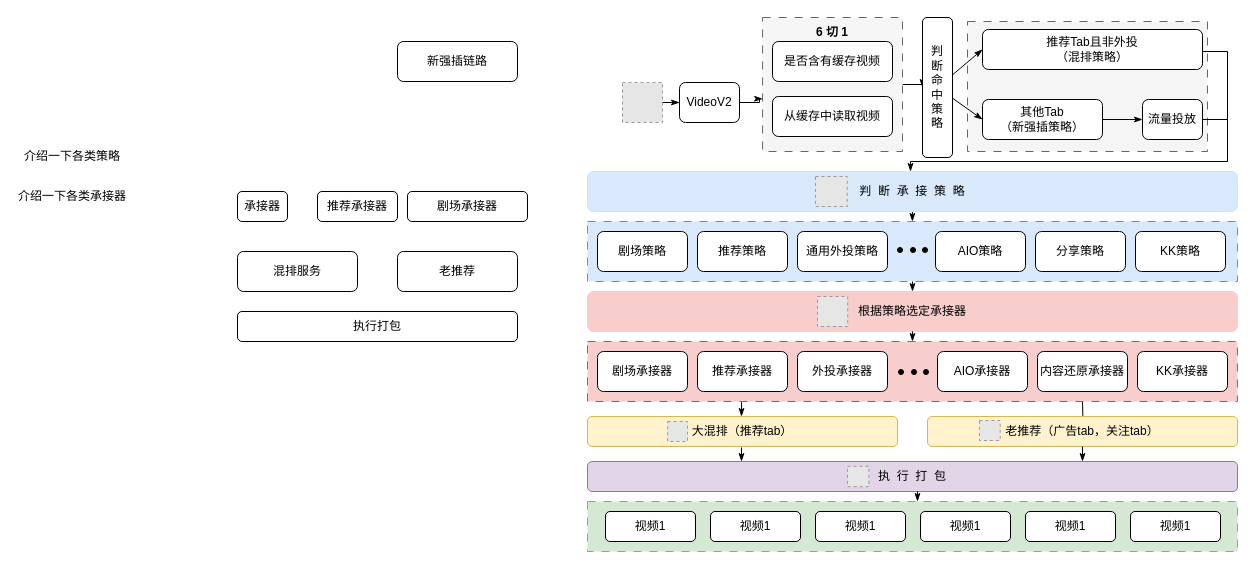
wuulaa/drawio keeps this draw.io diagram as page "第 1 页" (1 of 2) of projects.drawio. Above is the earlier version. Source tidied: cells renumbered, new cells numbered last; positions are measured from the earlier drawing's top-left corner, leaving out a move shared by most shapes. Both pictures are drawn from the tidied source at 100%, with x=0, y=0 at pixel (17, 17). Pictures stored in the file or linked from it are replaced by grey dashed boxes.
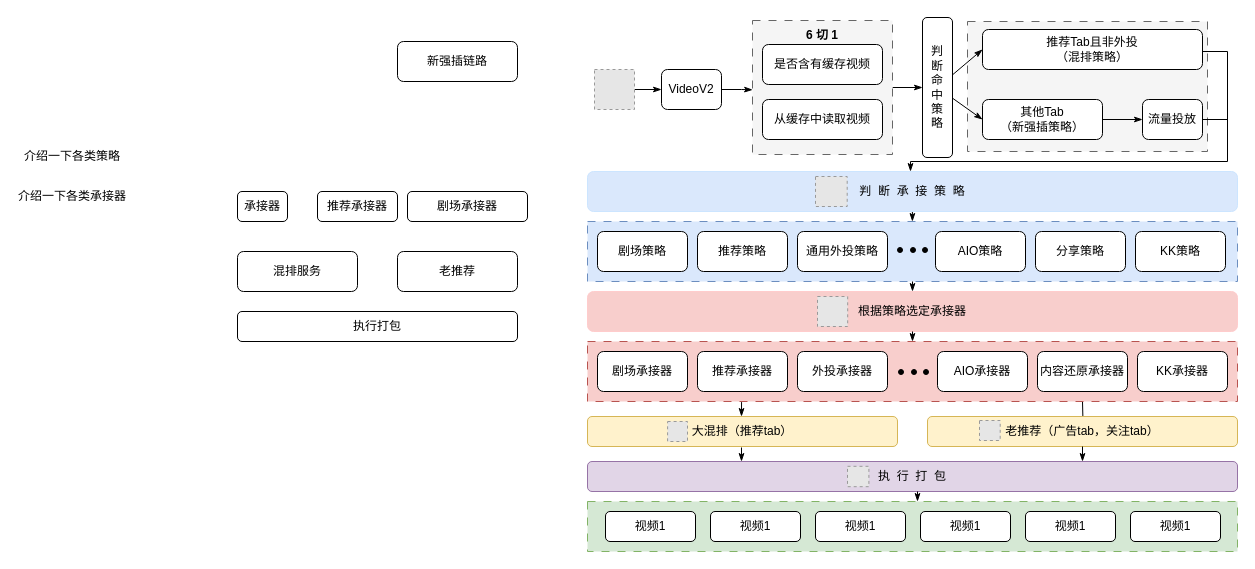
Above is the later version.

The edit, as a diff of the source:
```diff
@@
     <mxCell id="5" style="rounded=0;whiteSpace=wrap;html=1;dashed=1;dashPattern=8 8;fillColor=#f5f5f5;fontColor=#333333;strokeColor=#666666;" parent="1" vertex="1">
-      <mxGeometry x="745" width="140" height="134" as="geometry" />
+      <mxGeometry x="735" y="3" width="140" height="134" as="geometry" />
     </mxCell>
@@
     <mxCell id="10" style="fillColor=#E6E6E6;strokeColor=#999999;dashed=1;verticalLabelPosition=bottom;labelBackgroundColor=default;verticalAlign=top;fontFamily=楷体;" parent="1" vertex="1">
-      <mxGeometry x="605" y="65" width="40" height="40" as="geometry" />
+      <mxGeometry x="577" y="52" width="40" height="40" as="geometry" />
     </mxCell>
     <mxCell id="11" value="&lt;font&gt;VideoV2&lt;/font&gt;" style="rounded=1;whiteSpace=wrap;html=1;fontFamily=楷体;" parent="1" vertex="1">
-      <mxGeometry x="662" y="65" width="60" height="40" as="geometry" />
+      <mxGeometry x="644" y="52" width="60" height="40" as="geometry" />
     </mxCell>
     <mxCell id="12" value="&lt;font&gt;是否含有缓存视频&lt;/font&gt;" style="rounded=1;whiteSpace=wrap;html=1;fontFamily=楷体;" parent="1" vertex="1">
-      <mxGeometry x="755" y="24" width="120" height="40" as="geometry" />
+      <mxGeometry x="745" y="27" width="120" height="40" as="geometry" />
     </mxCell>
     <mxCell id="13" value="从缓存中读取视频" style="rounded=1;whiteSpace=wrap;html=1;fontFamily=楷体;" parent="1" vertex="1">
-      <mxGeometry x="755" y="79" width="120" height="40" as="geometry" />
+      <mxGeometry x="745" y="82" width="120" height="40" as="geometry" />
     </mxCell>
@@
     <mxCell id="56" value="&lt;font face=&quot;楷体&quot;&gt;&lt;b&gt;6 切 1&lt;/b&gt;&lt;/font&gt;" style="text;html=1;whiteSpace=wrap;strokeColor=none;fillColor=none;align=center;verticalAlign=middle;rounded=0;" parent="1" vertex="1">
-      <mxGeometry x="785" width="60" height="30" as="geometry" />
+      <mxGeometry x="775" y="3" width="60" height="30" as="geometry" />
     </mxCell>
@@
-    <mxCell id="60" style="edgeStyle=orthogonalEdgeStyle;rounded=0;jettySize=auto;html=1;entryX=0.001;entryY=0.607;entryDx=0;entryDy=0;entryPerimeter=0;endArrow=classicThin;endFill=1;" parent="1" edge="1" source="11" target="5">
-      <mxGeometry relative="1" as="geometry" />
+    <mxCell id="60" style="edgeStyle=orthogonalEdgeStyle;rounded=0;jettySize=auto;html=1;entryX=0.001;entryY=0.607;entryDx=0;entryDy=0;entryPerimeter=0;endArrow=classicThin;endFill=1;" parent="1" edge="1" source="11">
+      <mxGeometry relative="1" as="geometry">
+        <mxPoint x="735.1" y="72.3" as="targetPoint" />
+      </mxGeometry>
     </mxCell>
```
